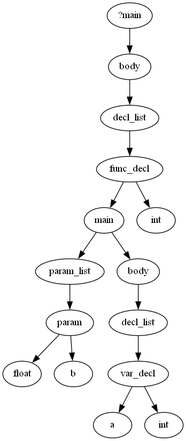
Before: printers/images/AST.gv.png, a diagram exported from Graphviz (KianBankeLarsen/Compiler). Its source is kept beside it as printers/images/AST.gv. Its diagram source:
```dot
digraph AST {
	0 [label="?main"]
	1 [label=body]
	2 [label=func_decl]
	3 [label=main]
	4 [label=param]
	5 [label=float]
	6 [label=b]
	4 -> 5
	4 -> 6
	7 [label=param_list]
	7 -> 4
	3 -> 7
	8 [label=body]
	9 [label=var_decl]
	10 [label=a]
	11 [label=int]
	9 -> 10
	9 -> 11
	12 [label=decl_list]
	12 -> 9
	8 -> 12
	3 -> 8
	13 [label=int]
	2 -> 3
	2 -> 13
	14 [label=decl_list]
	14 -> 2
	1 -> 14
	0 -> 1
}
```
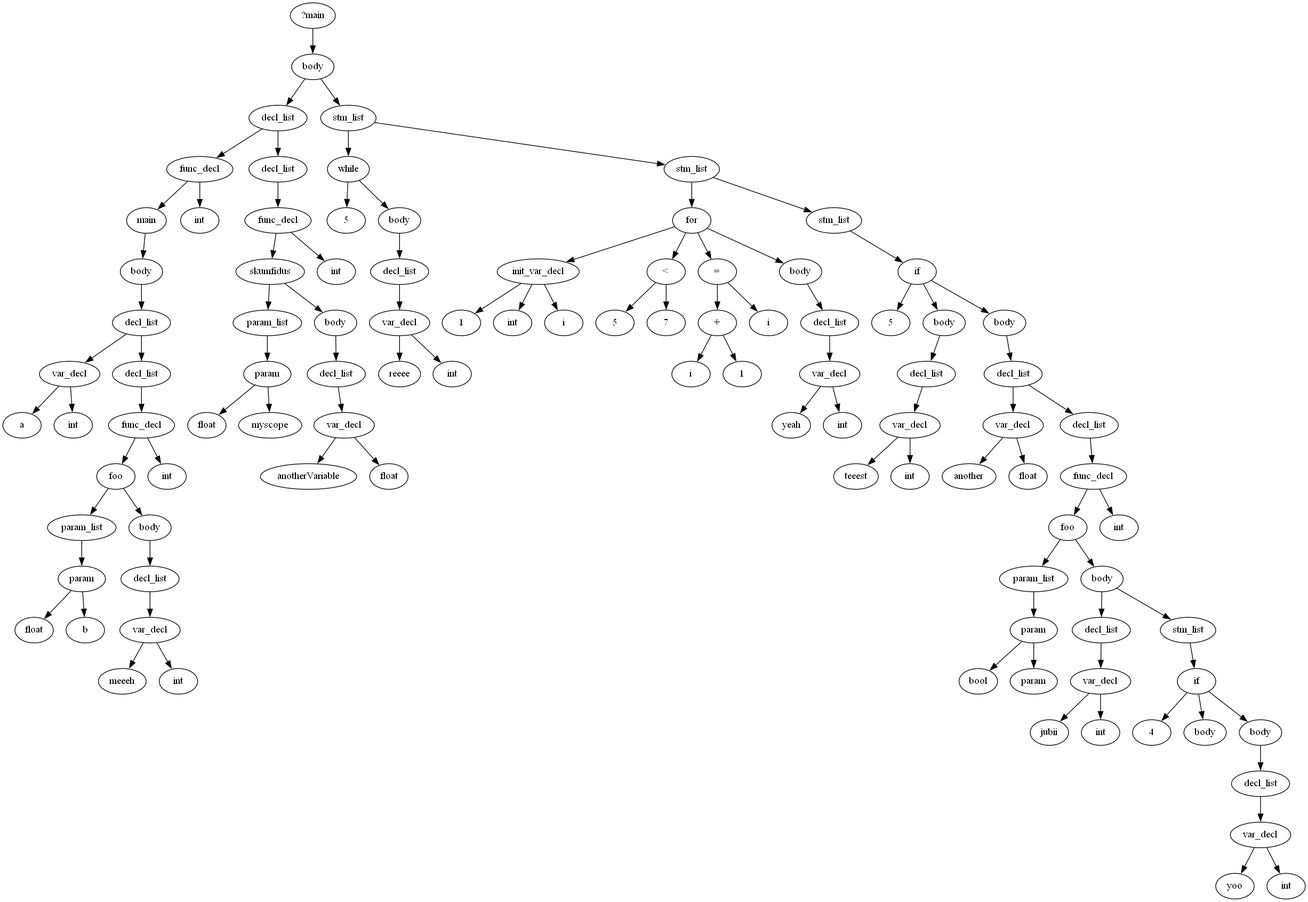
Later version of the same file.

Diff of the diagram source:
```diff
@@ -3,29 +3,197 @@
 	1 [label=body]
 	2 [label=func_decl]
 	3 [label=main]
-	4 [label=param]
-	5 [label=float]
-	6 [label=b]
-	4 -> 5
-	4 -> 6
-	7 [label=param_list]
-	7 -> 4
-	3 -> 7
-	8 [label=body]
-	9 [label=var_decl]
-	10 [label=a]
-	11 [label=int]
+	4 [label=body]
+	5 [label=var_decl]
+	6 [label=a]
+	7 [label=int]
+	5 -> 6
+	5 -> 7
+	8 [label=decl_list]
+	9 [label=func_decl]
+	10 [label=foo]
+	11 [label=param]
+	12 [label=float]
+	13 [label=b]
+	11 -> 12
+	11 -> 13
+	14 [label=param_list]
+	14 -> 11
+	10 -> 14
+	15 [label=body]
+	16 [label=var_decl]
+	17 [label=meeeh]
+	18 [label=int]
+	16 -> 17
+	16 -> 18
+	19 [label=decl_list]
+	19 -> 16
+	15 -> 19
+	10 -> 15
+	20 [label=int]
 	9 -> 10
-	9 -> 11
-	12 [label=decl_list]
-	12 -> 9
-	8 -> 12
-	3 -> 8
-	13 [label=int]
+	9 -> 20
+	21 [label=decl_list]
+	21 -> 9
+	8 -> 21
+	8 -> 5
+	4 -> 8
+	3 -> 4
+	22 [label=int]
 	2 -> 3
-	2 -> 13
-	14 [label=decl_list]
-	14 -> 2
-	1 -> 14
+	2 -> 22
+	23 [label=decl_list]
+	24 [label=func_decl]
+	25 [label=skumfidus]
+	26 [label=param]
+	27 [label=float]
+	28 [label=myscope]
+	26 -> 27
+	26 -> 28
+	29 [label=param_list]
+	29 -> 26
+	25 -> 29
+	30 [label=body]
+	31 [label=var_decl]
+	32 [label=anotherVariable]
+	33 [label=float]
+	31 -> 32
+	31 -> 33
+	34 [label=decl_list]
+	34 -> 31
+	30 -> 34
+	25 -> 30
+	35 [label=int]
+	24 -> 25
+	24 -> 35
+	36 [label=decl_list]
+	36 -> 24
+	23 -> 36
+	23 -> 2
+	1 -> 23
+	37 [label=stm_list]
+	38 [label=5]
+	39 [label=body]
+	40 [label=var_decl]
+	41 [label=reeee]
+	42 [label=int]
+	40 -> 41
+	40 -> 42
+	43 [label=decl_list]
+	43 -> 40
+	39 -> 43
+	44 [label=while]
+	44 -> 38
+	44 -> 39
+	37 -> 44
+	45 [label=stm_list]
+	46 [label=init_var_decl]
+	47 [label=1]
+	48 [label=int]
+	49 [label=i]
+	46 -> 48
+	46 -> 49
+	46 -> 47
+	50 [label=5]
+	51 [label=7]
+	52 [label="<"]
+	52 -> 50
+	52 -> 51
+	53 [label=i]
+	54 [label=1]
+	55 [label="+"]
+	55 -> 53
+	55 -> 54
+	56 [label="="]
+	57 [label=i]
+	56 -> 57
+	56 -> 55
+	58 [label=body]
+	59 [label=var_decl]
+	60 [label=yeah]
+	61 [label=int]
+	59 -> 60
+	59 -> 61
+	62 [label=decl_list]
+	62 -> 59
+	58 -> 62
+	63 [label=for]
+	63 -> 46
+	63 -> 52
+	63 -> 56
+	63 -> 58
+	45 -> 63
+	64 [label=stm_list]
+	65 [label=5]
+	66 [label=body]
+	67 [label=var_decl]
+	68 [label=teeest]
+	69 [label=int]
+	67 -> 68
+	67 -> 69
+	70 [label=decl_list]
+	70 -> 67
+	66 -> 70
+	71 [label=if]
+	72 [label=body]
+	73 [label=var_decl]
+	74 [label=another]
+	75 [label=float]
+	73 -> 74
+	73 -> 75
+	76 [label=decl_list]
+	77 [label=func_decl]
+	78 [label=foo]
+	79 [label=param]
+	80 [label=bool]
+	81 [label=param]
+	79 -> 80
+	79 -> 81
+	82 [label=param_list]
+	82 -> 79
+	78 -> 82
+	83 [label=body]
+	84 [label=var_decl]
+	85 [label=jubii]
+	86 [label=int]
+	84 -> 85
+	84 -> 86
+	87 [label=decl_list]
+	87 -> 84
+	83 -> 87
+	88 [label=stm_list]
+	89 [label=4]
+	90 [label=body]
+	91 [label=if]
+	92 [label=body]
+	93 [label=var_decl]
+	94 [label=yoo]
+	95 [label=int]
+	93 -> 94
+	93 -> 95
+	96 [label=decl_list]
+	96 -> 93
+	92 -> 96
+	91 -> 92
+	91 -> 89
+	91 -> 90
+	88 -> 91
+	83 -> 88
+	78 -> 83
+	97 [label=int]
+	77 -> 78
+	77 -> 97
+	98 [label=decl_list]
+	98 -> 77
+	76 -> 98
+	76 -> 73
+	72 -> 76
+	71 -> 72
+	71 -> 65
+	71 -> 66
+	64 -> 71
+	45 -> 64
+	37 -> 45
+	1 -> 37
 	0 -> 1
 }
```
